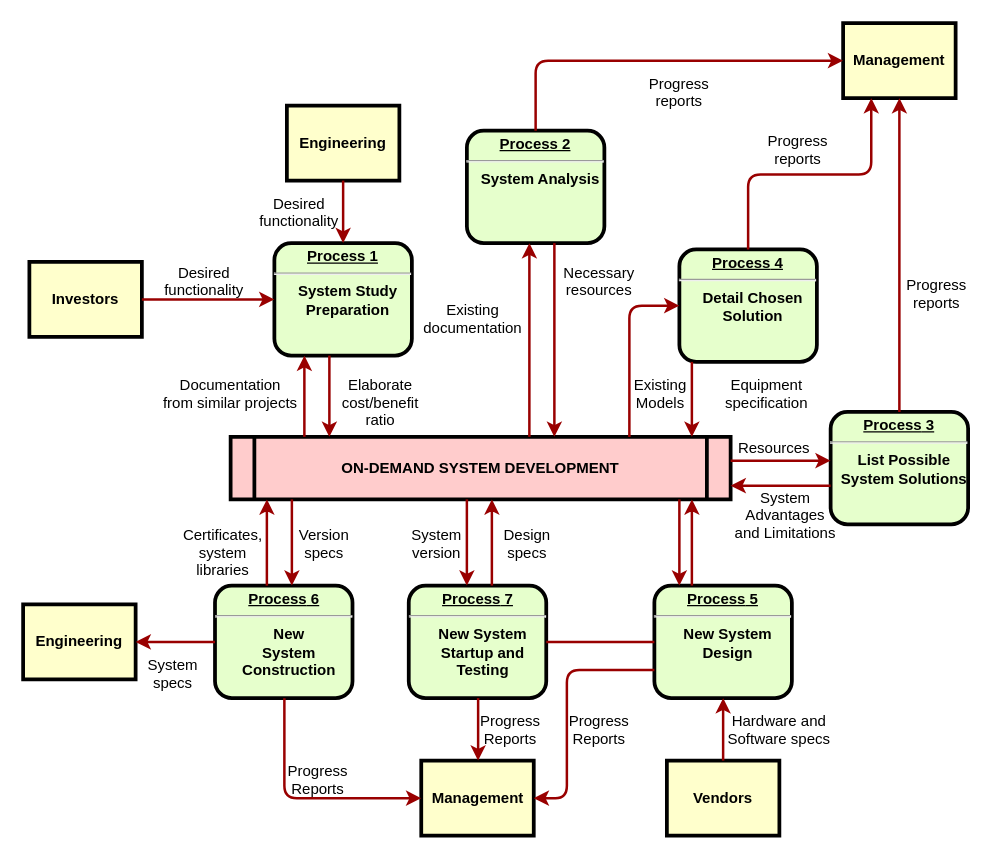
This is Untitled Diagram.drawio from simioyin222/CapstoneProjectIdeaBoard, a draw.io file, before an edit. Source tidied: cells renumbered, new cells numbered last; positions are measured from the earlier drawing's top-left corner, leaving out a move shared by most shapes. Both pictures are drawn from the tidied source at 125%, with x=0, y=0 at pixel (22, 22).
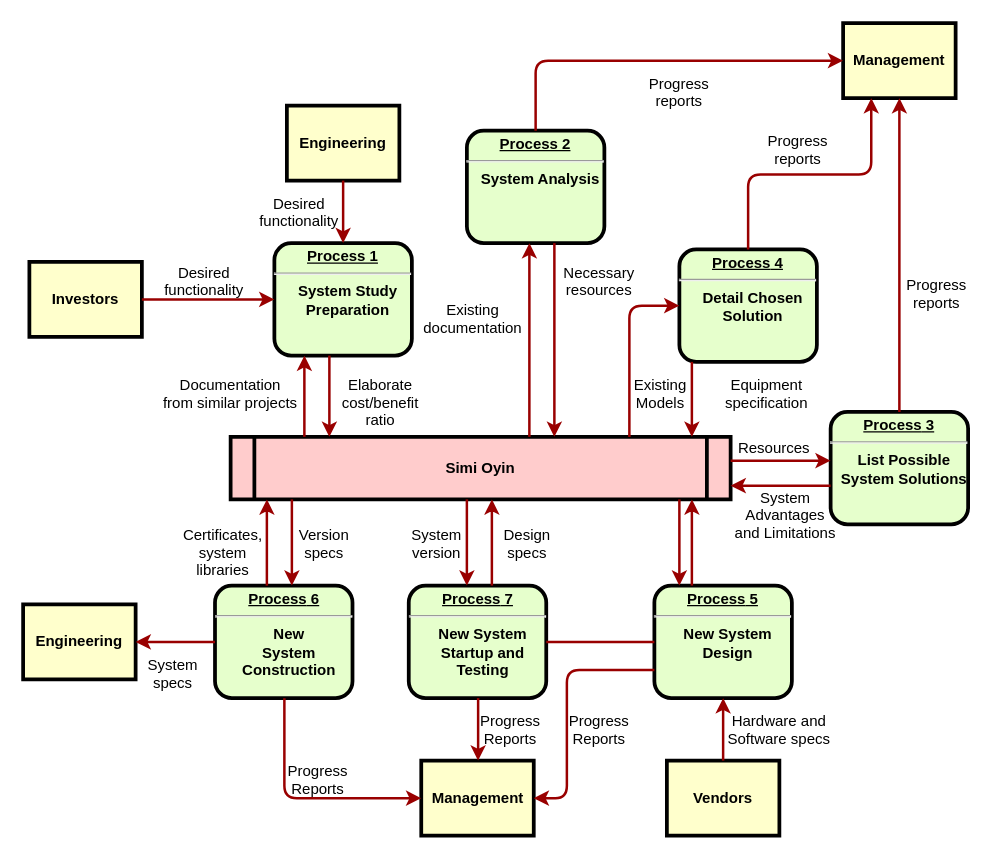
Above is the later version.

Commit message:
Update Untitled Diagram.drawio title name

The edit, as a diff of the source:
```diff
@@
-    <mxCell id="5" value="ON-DEMAND SYSTEM DEVELOPMENT" style="shape=process;whiteSpace=wrap;align=center;verticalAlign=middle;size=0.0475;fontStyle=1;strokeWidth=3;fillColor=#FFCCCC;" parent="1" vertex="1">
+    <mxCell id="5" value="Simi Oyin" style="shape=process;whiteSpace=wrap;align=center;verticalAlign=middle;size=0.0475;fontStyle=1;strokeWidth=3;fillColor=#FFCCCC;" parent="1" vertex="1">
       <mxGeometry x="166" y="331" width="400" height="50" as="geometry" />
     </mxCell>
```
